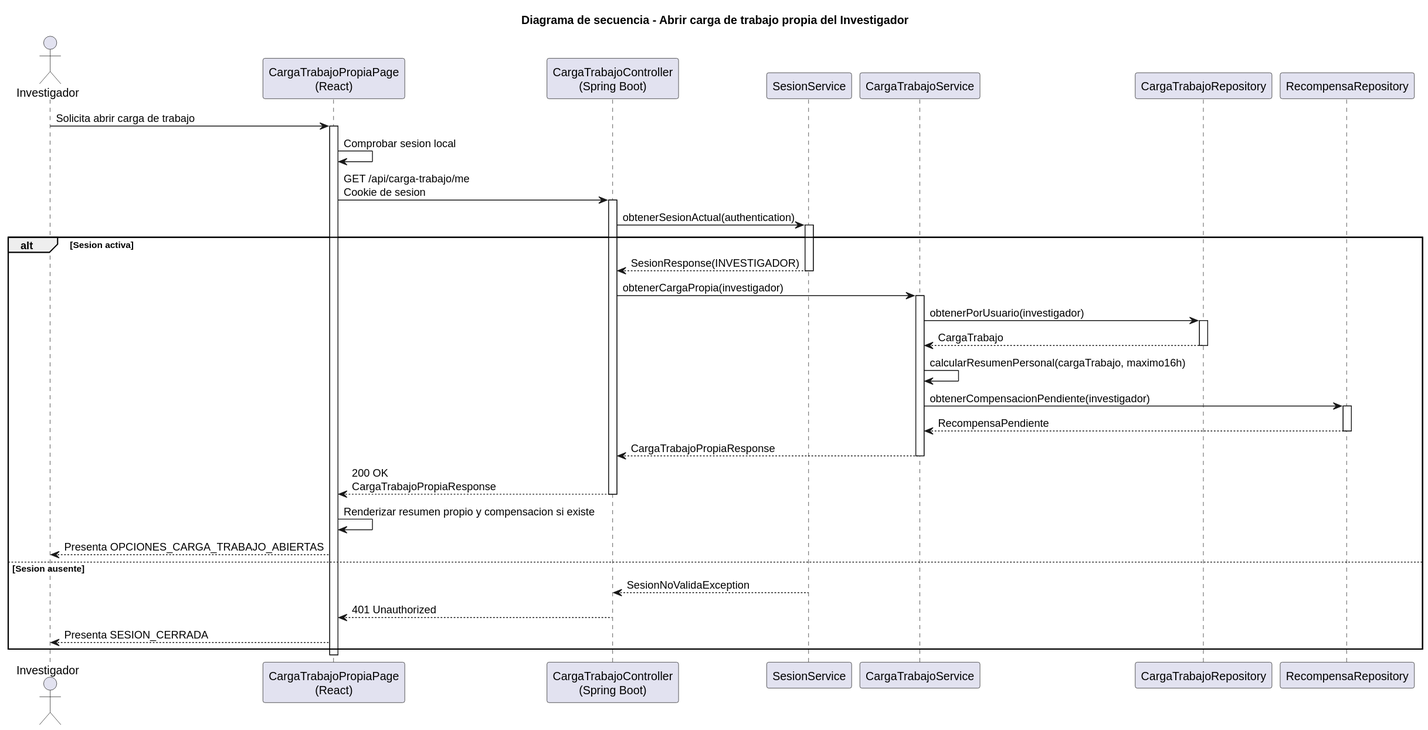
Above: images/RUP/02-diseño/casos-uso/investigador/abrirOpcionesCargaTrabajo/secuencia.svg in beatriizorozco/25-26-idsw2-sdVC (PlantUML), before the change.
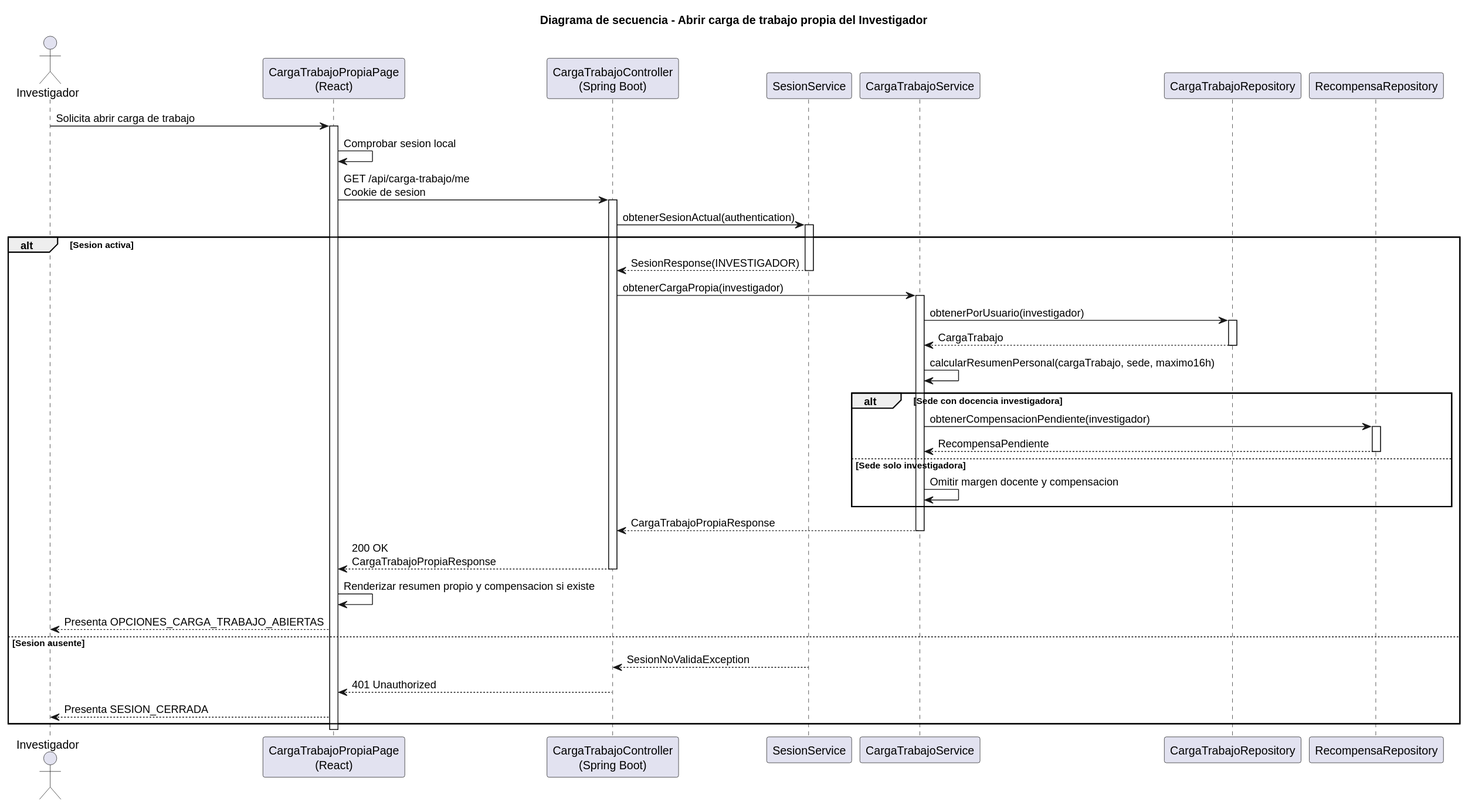
After the commit.

Diff of the diagram source:
```diff
@@ -25,11 +25,15 @@
     activate CargaRepo
     CargaRepo --> Service: CargaTrabajo
     deactivate CargaRepo
-    Service -> Service: calcularResumenPersonal(cargaTrabajo, maximo16h)
-    Service -> RecompensaRepo: obtenerCompensacionPendiente(investigador)
-    activate RecompensaRepo
-    RecompensaRepo --> Service: RecompensaPendiente
-    deactivate RecompensaRepo
+    Service -> Service: calcularResumenPersonal(cargaTrabajo, sede, maximo16h)
+    alt Sede con docencia investigadora
+        Service -> RecompensaRepo: obtenerCompensacionPendiente(investigador)
+        activate RecompensaRepo
+        RecompensaRepo --> Service: RecompensaPendiente
+        deactivate RecompensaRepo
+    else Sede solo investigadora
+        Service -> Service: Omitir margen docente y compensacion
+    end
     Service --> Api: CargaTrabajoPropiaResponse
     deactivate Service
     Api --> Frontend: 200 OK\nCargaTrabajoPropiaResponse
```
